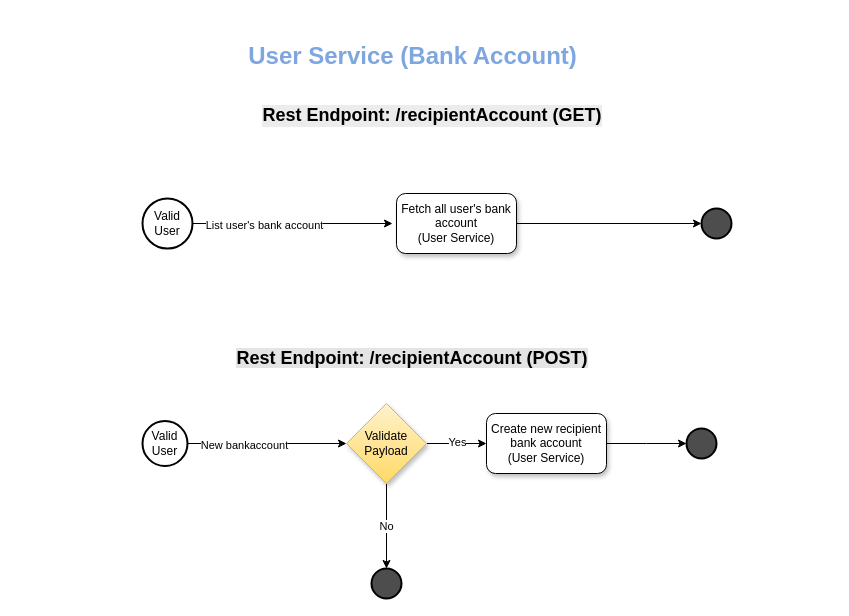
sabrinamidori/wallet keeps this draw.io diagram as page "Recipient Account FlowChart" (4 of 4) of docs/ontop_assessment.drawio. Above is the earlier version. Source tidied: cells renumbered, new cells numbered last; positions are measured from the earlier drawing's top-left corner, leaving out a move shared by most shapes. Both pictures are drawn from the tidied source at 100%, with x=0, y=0 at pixel (17, 21).
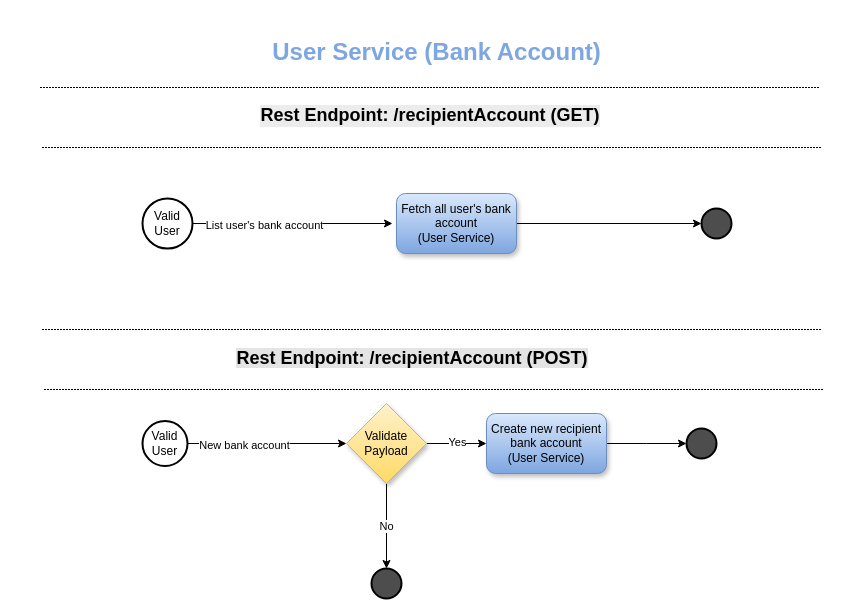
The same page after the edit.

Unchanged cells that the change refers to:
```xml
<mxCell id="2" style="edgeStyle=orthogonalEdgeStyle;rounded=0;jettySize=auto;html=1;exitX=1;exitY=0.5;exitDx=0;exitDy=0;exitPerimeter=0;entryX=0;entryY=0.5;entryDx=0;entryDy=0;" parent="1" edge="1" source="4" target="10">
  <mxGeometry relative="1" as="geometry" />
</mxCell>
```

What changed in the source:
```diff
@@
-    <mxCell id="3" value="New bankaccount" style="edgeLabel;html=1;align=center;verticalAlign=middle;" parent="2" vertex="1">
+    <mxCell id="3" value="New bank account" style="edgeLabel;html=1;align=center;verticalAlign=middle;" parent="2" vertex="1">
       <mxGeometry x="-0.29" y="-1" relative="1" as="geometry" />
     </mxCell>
@@
-    <mxCell id="6" value="Create new recipient bank account&lt;br&gt;(User Service)" style="rounded=1;whiteSpace=wrap;html=1;shadow=1;" parent="1" vertex="1">
+    <mxCell id="6" value="Create new recipient bank account&lt;br&gt;(User Service)" style="rounded=1;whiteSpace=wrap;html=1;shadow=1;fillColor=#dae8fc;gradientColor=#7ea6e0;strokeColor=#6c8ebf;" parent="1" vertex="1">
       <mxGeometry x="469" y="392" width="120" height="60" as="geometry" />
     </mxCell>
@@
-    <mxCell id="16" value="Valid User" style="strokeWidth=2;html=1;shape=mxgraph.flowchart.start_2;whiteSpace=wrap;" parent="1" vertex="1">
+    <mxCell id="16" value="Valid User" style="strokeWidth=2;html=1;shape=mxgraph.flowchart.start_2;whiteSpace=wrap;fillColor=none;" parent="1" vertex="1">
       <mxGeometry x="125" y="177" width="50" height="50" as="geometry" />
     </mxCell>
@@
-    <mxCell id="18" value="Fetch all user's bank account&lt;br&gt;(User Service)" style="rounded=1;whiteSpace=wrap;html=1;shadow=1;" parent="1" vertex="1">
+    <mxCell id="18" value="Fetch all user's bank account&lt;br&gt;(User Service)" style="rounded=1;whiteSpace=wrap;html=1;shadow=1;fillColor=#dae8fc;gradientColor=#7ea6e0;strokeColor=#6c8ebf;" parent="1" vertex="1">
       <mxGeometry x="379" y="172" width="120" height="60" as="geometry" />
     </mxCell>
@@
     <mxCell id="20" value="&lt;h2 style=&quot;forced-color-adjust: none; color: rgb(0, 0, 0); font-family: Helvetica; font-style: normal; font-variant-ligatures: normal; font-variant-caps: normal; letter-spacing: normal; orphans: 2; text-indent: 0px; text-transform: none; widows: 2; word-spacing: 0px; -webkit-text-stroke-width: 0px; white-space: normal; background-color: rgb(236, 236, 236); text-decoration-thickness: initial; text-decoration-style: initial; text-decoration-color: initial;&quot;&gt;&lt;b style=&quot;forced-color-adjust: none;&quot;&gt;Rest Endpoint: /recipientAccount (GET)&lt;/b&gt;&lt;/h2&gt;" style="text;whiteSpace=wrap;html=1;align=center;" parent="1" vertex="1">
-      <mxGeometry x="15" y="62" width="800" height="70" as="geometry" />
+      <mxGeometry x="13" y="62" width="800" height="70" as="geometry" />
     </mxCell>
     <mxCell id="21" value="&lt;h1&gt;User Service (Bank Account)&lt;/h1&gt;" style="text;html=1;align=center;verticalAlign=middle;strokeColor=none;fillColor=none;fontColor=#7EA6E0;" parent="1" vertex="1">
-      <mxGeometry x="220" width="350" height="70" as="geometry" />
+      <mxGeometry x="244" y="-4" width="350" height="70" as="geometry" />
     </mxCell>
+    <mxCell id="22" style="shape=partialRectangle;whiteSpace=wrap;html=1;left=0;right=0;fillColor=none;dashed=1;dashPattern=1 2;" parent="1" vertex="1">
+      <mxGeometry x="25" y="308" width="780" height="60" as="geometry" />
+    </mxCell>
+    <mxCell id="23" style="shape=partialRectangle;whiteSpace=wrap;html=1;left=0;right=0;fillColor=none;dashed=1;dashPattern=1 2;" parent="1" vertex="1">
+      <mxGeometry x="23" y="66" width="780" height="60" as="geometry" />
+    </mxCell>
```
